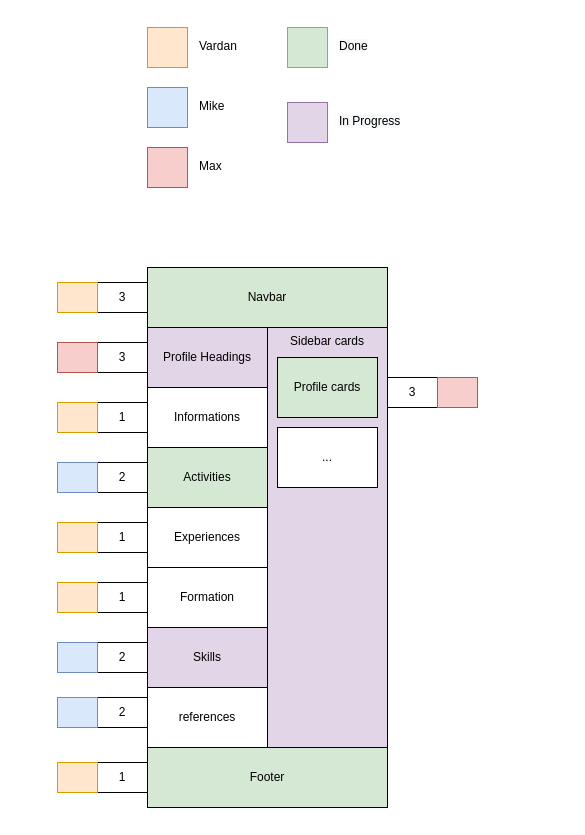
The draw.io diagram Strikedin-Mockup.drawio in MaksymSharinDev/strive-apr21-BW2, before the edit. Source tidied: cells renumbered, new cells numbered last; positions are measured from the earlier drawing's top-left corner, leaving out a move shared by most shapes. Both pictures are drawn from the tidied source at 100%, with x=0, y=0 at pixel (57, 27).
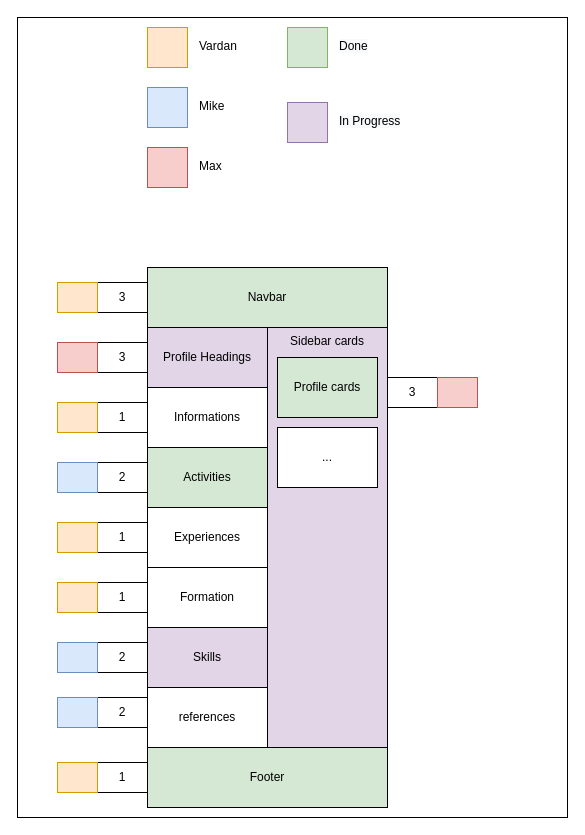
Above is the later version.

Diff of the diagram source:
```diff
@@
+    <mxCell id="44" style="rounded=0;whiteSpace=wrap;html=1;strokeColor=#000000;" parent="1" vertex="1">
+      <mxGeometry x="-40" y="-10" width="550" height="800" as="geometry" />
+    </mxCell>
```
